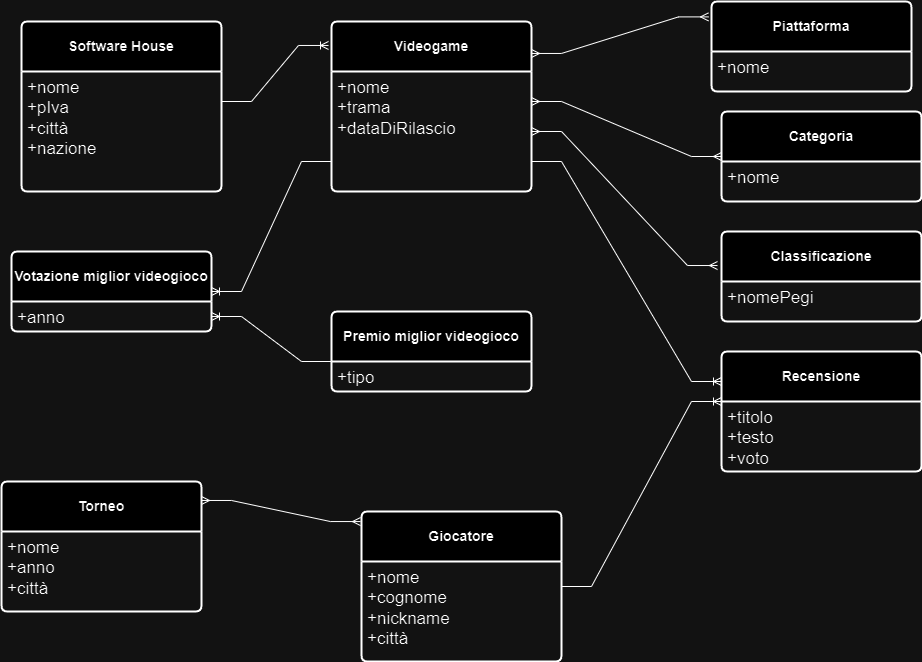
Above: diagramma-er.png in raffaelecapaldo/db-videogames (draw.io), before the change. Source tidied: cells renumbered, new cells last; positions are measured from the earlier drawing's top-left corner, leaving out a move shared by most shapes.
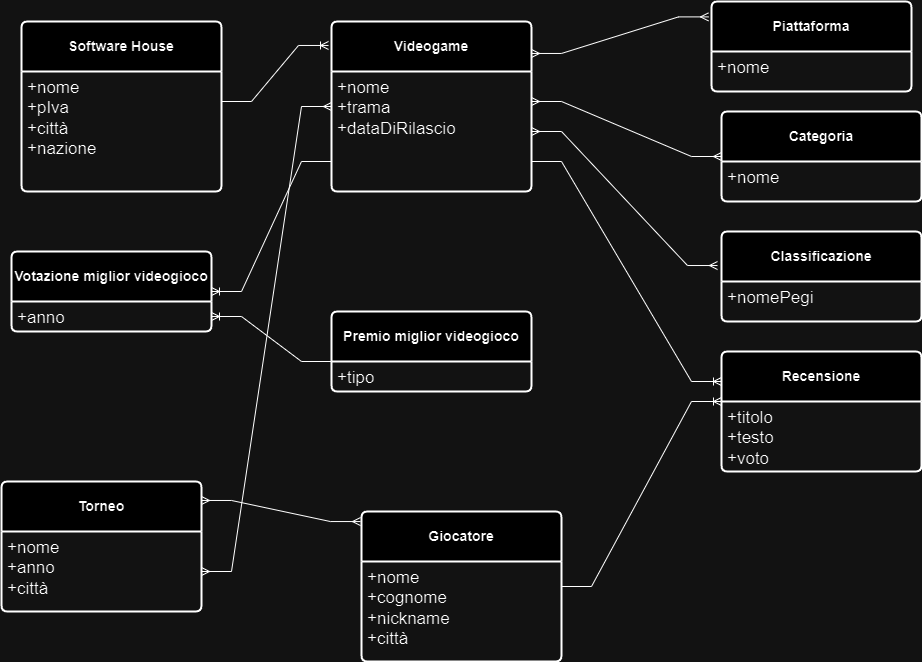
Later version of the same file.

Diff of the diagram source:
```diff
@@ -14,7 +14,7 @@
     <mxCell id="5" value="&lt;font style=&quot;font-size: 17px;&quot;&gt;+nome&lt;br&gt;+pIva&lt;br&gt;+città&lt;br&gt;+nazione&lt;br&gt;&lt;/font&gt;" style="align=left;strokeColor=none;fillColor=none;spacingLeft=4;fontSize=12;verticalAlign=top;html=1;" parent="4" vertex="1">
       <mxGeometry y="50" width="200" height="120" as="geometry" />
     </mxCell>
-    <mxCell id="6" style="edgeStyle=entityRelationEdgeStyle;fontSize=12;html=1;endArrow=ERoneToMany;rounded=0;entryX=-0.015;entryY=0.141;entryDx=0;entryDy=0;entryPerimeter=0;exitX=1;exitY=0.25;exitDx=0;exitDy=0;" parent="1" edge="1" source="5" target="2">
+    <mxCell id="6" style="edgeStyle=entityRelationEdgeStyle;fontSize=12;html=1;endArrow=ERoneToMany;rounded=0;entryX=-0.015;entryY=0.141;entryDx=0;entryDy=0;entryPerimeter=0;exitX=1;exitY=0.25;exitDx=0;exitDy=0;enumerate=0;" parent="1" edge="1" source="5" target="2">
       <mxGeometry relative="1" as="geometry" />
     </mxCell>
     <mxCell id="7" value="&lt;b&gt;Piattaforma&lt;/b&gt;" style="swimlane;horizontal=1;startSize=50;rounded=1;fontSize=14;fontStyle=0;strokeWidth=2;shadow=0;dashed=0;align=center;arcSize=4;whiteSpace=wrap;html=1;" parent="1" vertex="1">
@@ -65,7 +65,7 @@
     <mxCell id="22" value="&lt;font style=&quot;font-size: 17px;&quot;&gt;+titolo&lt;br&gt;+testo&lt;br&gt;+voto&lt;/font&gt;" style="align=left;strokeColor=none;fillColor=none;spacingLeft=4;fontSize=12;verticalAlign=top;html=1;" parent="21" vertex="1">
       <mxGeometry y="50" width="200" height="70" as="geometry" />
     </mxCell>
-    <mxCell id="23" style="edgeStyle=entityRelationEdgeStyle;fontSize=12;html=1;endArrow=ERoneToMany;rounded=0;entryX=0;entryY=0.25;entryDx=0;entryDy=0;exitX=1;exitY=0.75;exitDx=0;exitDy=0;" parent="1" edge="1" source="3" target="21">
+    <mxCell id="23" style="edgeStyle=entityRelationEdgeStyle;fontSize=12;html=1;endArrow=ERoneToMany;rounded=0;entryX=0;entryY=0.25;entryDx=0;entryDy=0;exitX=1;exitY=0.75;exitDx=0;exitDy=0;enumerate=0;" parent="1" edge="1" source="3" target="21">
       <mxGeometry relative="1" as="geometry">
         <Array as="points">
           <mxPoint x="240" y="240" />
@@ -97,5 +97,8 @@
     <mxCell id="30" style="edgeStyle=entityRelationEdgeStyle;fontSize=12;html=1;endArrow=ERoneToMany;rounded=0;exitX=0;exitY=0.75;exitDx=0;exitDy=0;entryX=1;entryY=0.5;entryDx=0;entryDy=0;" parent="1" edge="1" source="3" target="27">
       <mxGeometry relative="1" as="geometry" />
     </mxCell>
+    <mxCell id="31" style="edgeStyle=entityRelationEdgeStyle;fontSize=12;html=1;endArrow=ERmany;startArrow=ERmany;rounded=0;entryX=0;entryY=0.5;entryDx=0;entryDy=0;exitX=1;exitY=0.5;exitDx=0;exitDy=0;" parent="1" edge="1" source="17" target="2">
+      <mxGeometry relative="1" as="geometry" />
+    </mxCell>
   </root>
 </mxGraphModel>
```
